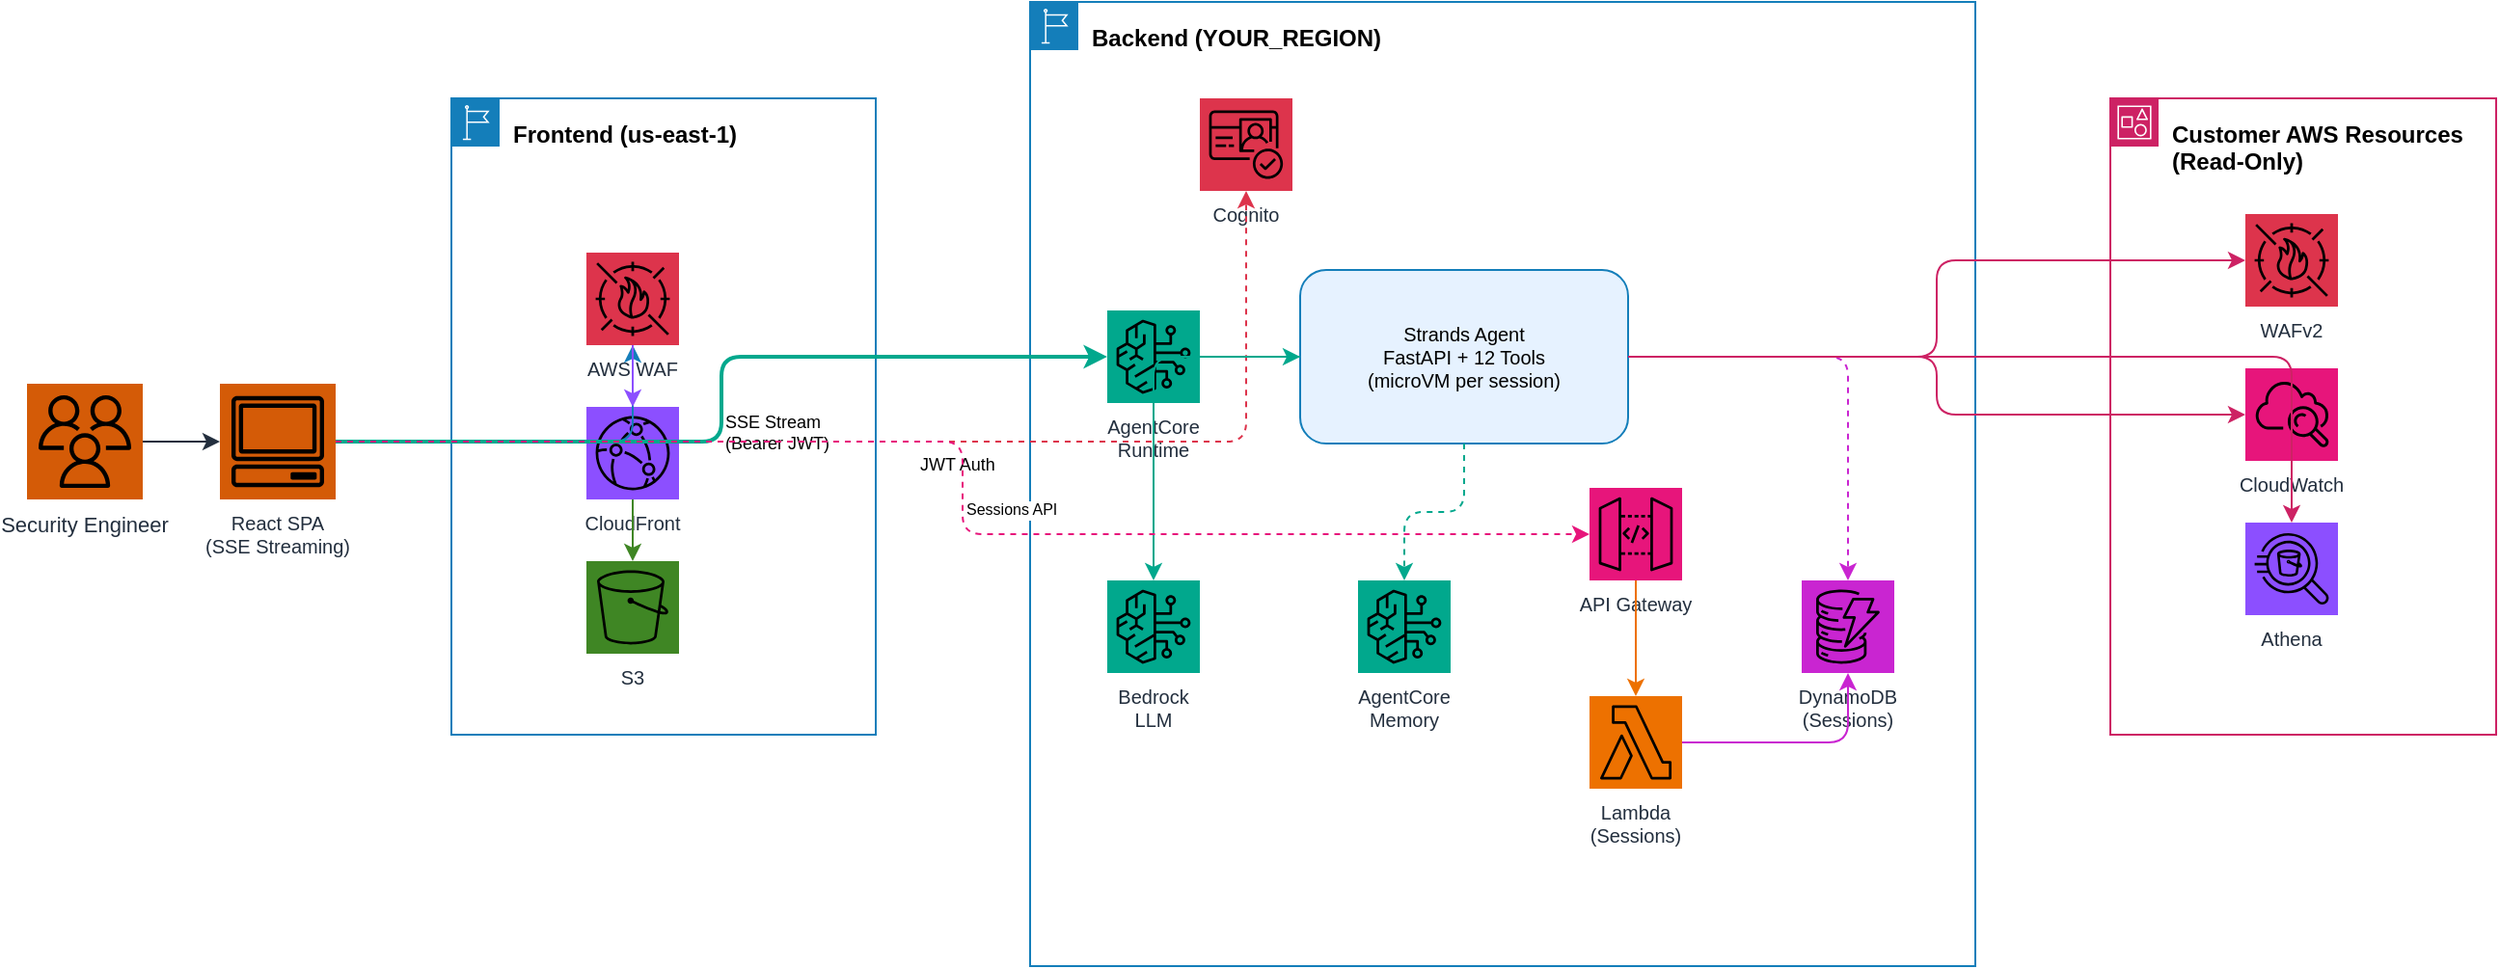
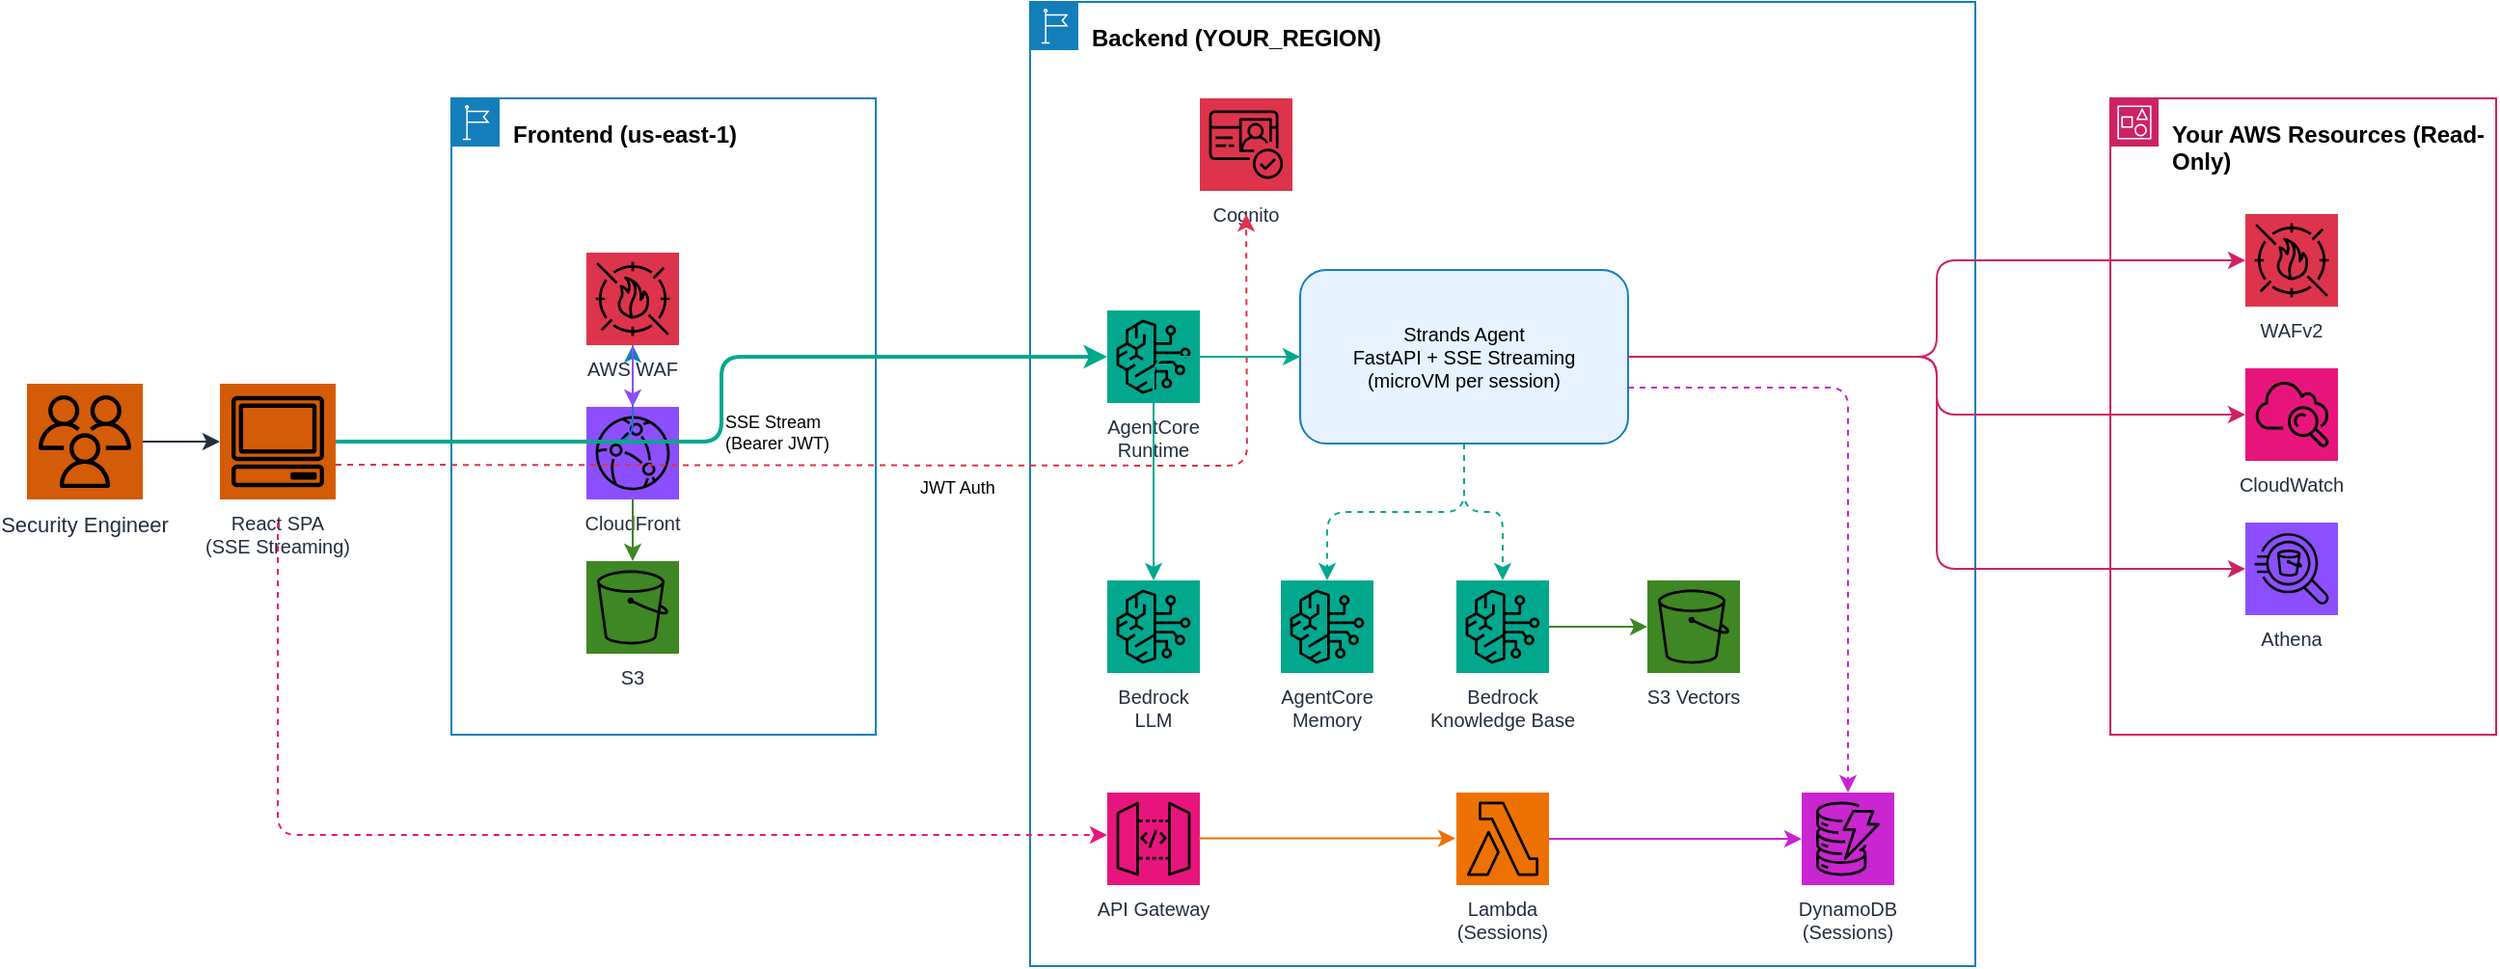
<mxfile host="app.diagrams.net" agent="WAF Agent">
  <diagram name="Architecture" id="arch-1">
-     <mxGraphModel dx="1081" dy="594" grid="1" gridSize="10" guides="1" tooltips="1" connect="1" arrows="1" fold="1" page="1" pageScale="1" pageWidth="1600" pageHeight="1000" math="0" shadow="0">
+     <mxGraphModel dx="1643" dy="903" grid="1" gridSize="10" guides="1" tooltips="1" connect="1" arrows="1" fold="1" page="1" pageScale="1" pageWidth="1600" pageHeight="1000" math="0" shadow="0">
      <root>
        <mxCell id="0" />
        <mxCell id="1" parent="0" />
        <mxCell id="user" parent="1" style="outlineConnect=0;fontColor=#232F3E;gradientColor=none;strokeColor=none;fillColor=#D45B07;fontColor=#232F3E;align=center;strokeWidth=1;fontSize=11;fontStyle=0;shape=mxgraph.aws4.resourceIcon;resIcon=mxgraph.aws4.users;labelPosition=center;verticalLabelPosition=bottom;verticalAlign=top" value="Security Engineer" vertex="1">
          <mxGeometry height="60" width="60" x="100" y="398" as="geometry" />
        </mxCell>
        <mxCell id="browser" parent="1" style="outlineConnect=0;fontColor=#232F3E;gradientColor=none;strokeColor=none;fillColor=#D45B07;fontColor=#232F3E;align=center;strokeWidth=1;fontSize=10;fontStyle=0;shape=mxgraph.aws4.resourceIcon;resIcon=mxgraph.aws4.client;labelPosition=center;verticalLabelPosition=bottom;verticalAlign=top" value="React SPA&#xa;(SSE Streaming)" vertex="1">
          <mxGeometry height="60" width="60" x="200" y="398" as="geometry" />
        </mxCell>
        <mxCell id="fe-group" parent="1" style="points=[[0,0],[0.25,0],[0.5,0],[0.75,0],[1,0],[1,0.25],[1,0.5],[1,0.75],[1,1],[0.75,1],[0.5,1],[0.25,1],[0,1],[0,0.75],[0,0.5],[0,0.25]];outlineConnect=0;gradientColor=none;html=1;whiteSpace=wrap;fontSize=12;fontStyle=1;shape=mxgraph.aws4.group;grIcon=mxgraph.aws4.group_region;strokeColor=#147EBA;fillColor=none;verticalAlign=top;align=left;spacingLeft=30;spacingTop=5;dashed=0;" value="Frontend (us-east-1)" vertex="1">
          <mxGeometry height="330" width="220" x="320" y="250" as="geometry" />
        </mxCell>
        <mxCell id="waf-fe" parent="1" style="outlineConnect=0;fontColor=#232F3E;gradientColor=none;strokeColor=none;fillColor=#DD344C;align=center;strokeWidth=1;fontSize=10;fontStyle=0;shape=mxgraph.aws4.resourceIcon;resIcon=mxgraph.aws4.waf;verticalLabelPosition=bottom;verticalAlign=top" value="AWS WAF" vertex="1">
          <mxGeometry height="48" width="48" x="390" y="330" as="geometry" />
        </mxCell>
        <mxCell id="cf" parent="1" style="outlineConnect=0;fontColor=#232F3E;gradientColor=none;strokeColor=none;fillColor=#8C4FFF;align=center;strokeWidth=1;fontSize=10;fontStyle=0;shape=mxgraph.aws4.resourceIcon;resIcon=mxgraph.aws4.cloudfront;verticalLabelPosition=bottom;verticalAlign=top" value="CloudFront" vertex="1">
          <mxGeometry height="48" width="48" x="390" y="410" as="geometry" />
        </mxCell>
        <mxCell id="s3" parent="1" style="outlineConnect=0;fontColor=#232F3E;gradientColor=none;strokeColor=none;fillColor=#3F8624;align=center;strokeWidth=1;fontSize=10;fontStyle=0;shape=mxgraph.aws4.resourceIcon;resIcon=mxgraph.aws4.s3;verticalLabelPosition=bottom;verticalAlign=top" value="S3" vertex="1">
          <mxGeometry height="48" width="48" x="390" y="490" as="geometry" />
        </mxCell>
        <mxCell id="be-group" parent="1" style="points=[[0,0],[0.25,0],[0.5,0],[0.75,0],[1,0],[1,0.25],[1,0.5],[1,0.75],[1,1],[0.75,1],[0.5,1],[0.25,1],[0,1],[0,0.75],[0,0.5],[0,0.25]];outlineConnect=0;gradientColor=none;html=1;whiteSpace=wrap;fontSize=12;fontStyle=1;shape=mxgraph.aws4.group;grIcon=mxgraph.aws4.group_region;strokeColor=#147EBA;fillColor=none;verticalAlign=top;align=left;spacingLeft=30;spacingTop=5;dashed=0;" value="Backend (YOUR_REGION)" vertex="1">
          <mxGeometry height="500" width="490" x="620" y="200" as="geometry" />
        </mxCell>
        <mxCell id="cognito" parent="1" style="outlineConnect=0;fontColor=#232F3E;gradientColor=none;strokeColor=none;fillColor=#DD344C;align=center;strokeWidth=1;fontSize=10;fontStyle=0;shape=mxgraph.aws4.resourceIcon;resIcon=mxgraph.aws4.cognito;verticalLabelPosition=bottom;verticalAlign=top" value="Cognito" vertex="1">
          <mxGeometry height="48" width="48" x="708" y="250" as="geometry" />
        </mxCell>
        <mxCell id="ac" parent="1" style="outlineConnect=0;fontColor=#232F3E;gradientColor=none;strokeColor=none;fillColor=#01A88D;align=center;strokeWidth=1;fontSize=10;fontStyle=0;shape=mxgraph.aws4.resourceIcon;resIcon=mxgraph.aws4.bedrock;verticalLabelPosition=bottom;verticalAlign=top" value="AgentCore&#xa;Runtime" vertex="1">
          <mxGeometry height="48" width="48" x="660" y="360" as="geometry" />
        </mxCell>
-         <mxCell id="agent-box" parent="1" style="rounded=1;whiteSpace=wrap;html=1;fillColor=#E6F2FF;strokeColor=#147EBA;fontSize=10;verticalAlign=middle;" value="Strands Agent&#xa;FastAPI + 12 Tools&#xa;(microVM per session)" vertex="1">
+         <mxCell id="agent-box" parent="1" style="rounded=1;whiteSpace=wrap;html=1;fillColor=#E6F2FF;strokeColor=#147EBA;fontSize=10;verticalAlign=middle;" value="Strands Agent&#xa;FastAPI + SSE Streaming&#xa;(microVM per session)" vertex="1">
          <mxGeometry height="90" width="170" x="760" y="339" as="geometry" />
        </mxCell>
        <mxCell id="bedrock" parent="1" style="outlineConnect=0;fontColor=#232F3E;gradientColor=none;strokeColor=none;fillColor=#01A88D;align=center;strokeWidth=1;fontSize=10;fontStyle=0;shape=mxgraph.aws4.resourceIcon;resIcon=mxgraph.aws4.bedrock;verticalLabelPosition=bottom;verticalAlign=top" value="Bedrock&#xa;LLM" vertex="1">
          <mxGeometry height="48" width="48" x="660" y="500" as="geometry" />
        </mxCell>
        <mxCell id="memory" parent="1" style="outlineConnect=0;fontColor=#232F3E;gradientColor=none;strokeColor=none;fillColor=#01A88D;align=center;strokeWidth=1;fontSize=10;fontStyle=0;shape=mxgraph.aws4.resourceIcon;resIcon=mxgraph.aws4.bedrock;verticalLabelPosition=bottom;verticalAlign=top" value="AgentCore&#xa;Memory" vertex="1">
-           <mxGeometry height="48" width="48" x="790" y="500" as="geometry" />
+           <mxGeometry height="48" width="48" x="750" y="500" as="geometry" />
+         </mxCell>
+         <mxCell id="kb" parent="1" style="outlineConnect=0;fontColor=#232F3E;gradientColor=none;strokeColor=none;fillColor=#01A88D;align=center;strokeWidth=1;fontSize=10;fontStyle=0;shape=mxgraph.aws4.resourceIcon;resIcon=mxgraph.aws4.bedrock;verticalLabelPosition=bottom;verticalAlign=top" value="Bedrock&#xa;Knowledge Base" vertex="1">
+           <mxGeometry height="48" width="48" x="841" y="500" as="geometry" />
+         </mxCell>
+         <mxCell id="s3vec" parent="1" style="outlineConnect=0;fontColor=#232F3E;gradientColor=none;strokeColor=none;fillColor=#3F8624;align=center;strokeWidth=1;fontSize=10;fontStyle=0;shape=mxgraph.aws4.resourceIcon;resIcon=mxgraph.aws4.s3;verticalLabelPosition=bottom;verticalAlign=top" value="S3 Vectors" vertex="1">
+           <mxGeometry height="48" width="48" x="940" y="500" as="geometry" />
        </mxCell>
        <mxCell id="ddb" parent="1" style="outlineConnect=0;fontColor=#232F3E;gradientColor=none;strokeColor=none;fillColor=#C925D1;align=center;strokeWidth=1;fontSize=10;fontStyle=0;shape=mxgraph.aws4.resourceIcon;resIcon=mxgraph.aws4.dynamodb;verticalLabelPosition=bottom;verticalAlign=top" value="DynamoDB&#xa;(Sessions)" vertex="1">
-           <mxGeometry height="48" width="48" x="1020" y="500" as="geometry" />
+           <mxGeometry height="48" width="48" x="1020" y="610" as="geometry" />
        </mxCell>
        <mxCell id="apigw" parent="1" style="outlineConnect=0;fontColor=#232F3E;gradientColor=none;strokeColor=none;fillColor=#E7157B;align=center;strokeWidth=1;fontSize=10;fontStyle=0;shape=mxgraph.aws4.resourceIcon;resIcon=mxgraph.aws4.api_gateway;verticalLabelPosition=bottom;verticalAlign=top" value="API Gateway" vertex="1">
-           <mxGeometry height="48" width="48" x="910" y="452" as="geometry" />
+           <mxGeometry height="48" width="48" x="660" y="610" as="geometry" />
        </mxCell>
        <mxCell id="lambda" parent="1" style="outlineConnect=0;fontColor=#232F3E;gradientColor=none;strokeColor=none;fillColor=#ED7100;align=center;strokeWidth=1;fontSize=10;fontStyle=0;shape=mxgraph.aws4.resourceIcon;resIcon=mxgraph.aws4.lambda;verticalLabelPosition=bottom;verticalAlign=top" value="Lambda&#xa;(Sessions)" vertex="1">
-           <mxGeometry height="48" width="48" x="910" y="560" as="geometry" />
+           <mxGeometry height="48" width="48" x="841" y="610" as="geometry" />
        </mxCell>
-         <mxCell id="aws-group" parent="1" style="points=[[0,0],[0.25,0],[0.5,0],[0.75,0],[1,0],[1,0.25],[1,0.5],[1,0.75],[1,1],[0.75,1],[0.5,1],[0.25,1],[0,1],[0,0.75],[0,0.5],[0,0.25]];outlineConnect=0;gradientColor=none;html=1;whiteSpace=wrap;fontSize=12;fontStyle=1;shape=mxgraph.aws4.group;grIcon=mxgraph.aws4.group_account;strokeColor=#CD2264;fillColor=none;verticalAlign=top;align=left;spacingLeft=30;spacingTop=5;dashed=0;" value="Customer AWS Resources (Read-Only)" vertex="1">
+         <mxCell id="aws-group" parent="1" style="points=[[0,0],[0.25,0],[0.5,0],[0.75,0],[1,0],[1,0.25],[1,0.5],[1,0.75],[1,1],[0.75,1],[0.5,1],[0.25,1],[0,1],[0,0.75],[0,0.5],[0,0.25]];outlineConnect=0;gradientColor=none;html=1;whiteSpace=wrap;fontSize=12;fontStyle=1;shape=mxgraph.aws4.group;grIcon=mxgraph.aws4.group_account;strokeColor=#CD2264;fillColor=none;verticalAlign=top;align=left;spacingLeft=30;spacingTop=5;dashed=0;" value="Your AWS Resources (Read-Only)" vertex="1">
          <mxGeometry height="330" width="200" x="1180" y="250" as="geometry" />
        </mxCell>
        <mxCell id="wafv2" parent="1" style="outlineConnect=0;fontColor=#232F3E;gradientColor=none;strokeColor=none;fillColor=#DD344C;align=center;strokeWidth=1;fontSize=10;fontStyle=0;shape=mxgraph.aws4.resourceIcon;resIcon=mxgraph.aws4.waf;verticalLabelPosition=bottom;verticalAlign=top" value="WAFv2" vertex="1">
          <mxGeometry height="48" width="48" x="1250" y="310" as="geometry" />
        </mxCell>
        <mxCell id="cw" parent="1" style="outlineConnect=0;fontColor=#232F3E;gradientColor=none;strokeColor=none;fillColor=#E7157B;align=center;strokeWidth=1;fontSize=10;fontStyle=0;shape=mxgraph.aws4.resourceIcon;resIcon=mxgraph.aws4.cloudwatch;verticalLabelPosition=bottom;verticalAlign=top" value="CloudWatch" vertex="1">
          <mxGeometry height="48" width="48" x="1250" y="390" as="geometry" />
        </mxCell>
        <mxCell id="athena" parent="1" style="outlineConnect=0;fontColor=#232F3E;gradientColor=none;strokeColor=none;fillColor=#8C4FFF;align=center;strokeWidth=1;fontSize=10;fontStyle=0;shape=mxgraph.aws4.resourceIcon;resIcon=mxgraph.aws4.athena;verticalLabelPosition=bottom;verticalAlign=top" value="Athena" vertex="1">
          <mxGeometry height="48" width="48" x="1250" y="470" as="geometry" />
        </mxCell>
        <mxCell id="e0" edge="1" parent="1" source="user" style="edgeStyle=orthogonalEdgeStyle;rounded=1;strokeColor=#232F3E;" target="browser">
          <mxGeometry relative="1" as="geometry" />
        </mxCell>
        <mxCell id="e1" edge="1" parent="1" source="browser" style="edgeStyle=orthogonalEdgeStyle;rounded=1;strokeColor=#147EBA;" target="waf-fe">
          <mxGeometry relative="1" as="geometry" />
        </mxCell>
        <mxCell id="e2" edge="1" parent="1" source="waf-fe" style="edgeStyle=orthogonalEdgeStyle;rounded=1;strokeColor=#8C4FFF;" target="cf">
          <mxGeometry relative="1" as="geometry" />
        </mxCell>
        <mxCell id="e3" edge="1" parent="1" source="cf" style="edgeStyle=orthogonalEdgeStyle;rounded=1;strokeColor=#3F8624;" target="s3">
          <mxGeometry relative="1" as="geometry" />
        </mxCell>
-         <mxCell id="e4" edge="1" parent="1" source="browser" style="edgeStyle=orthogonalEdgeStyle;rounded=1;strokeColor=#DD344C;dashed=1;" target="cognito">
-           <mxGeometry relative="1" as="geometry" />
+         <mxCell id="e4" edge="1" parent="1" style="edgeStyle=orthogonalEdgeStyle;rounded=1;strokeColor=#DD344C;dashed=1;">
+           <mxGeometry relative="1" as="geometry">
+             <mxPoint x="260" y="440" as="sourcePoint" />
+             <mxPoint x="732" y="310" as="targetPoint" />
+           </mxGeometry>
        </mxCell>
        <mxCell id="e4-label" connectable="0" parent="e4" style="edgeLabel;html=1;fontSize=9;fillColor=none;" value="JWT Auth" vertex="1">
          <mxGeometry relative="1" as="geometry">
            <mxPoint as="offset" />
          </mxGeometry>
        </mxCell>
        <mxCell id="e5" edge="1" parent="1" source="browser" style="edgeStyle=orthogonalEdgeStyle;rounded=1;strokeColor=#01A88D;strokeWidth=2;" target="ac">
          <mxGeometry relative="1" as="geometry" />
        </mxCell>
        <mxCell id="e5-label" connectable="0" parent="e5" style="edgeLabel;html=1;fontSize=9;fillColor=none;" value="SSE Stream&#xa;(Bearer JWT)" vertex="1">
          <mxGeometry relative="1" as="geometry">
            <mxPoint as="offset" />
          </mxGeometry>
        </mxCell>
        <mxCell id="e6" edge="1" parent="1" source="ac" style="edgeStyle=orthogonalEdgeStyle;rounded=1;strokeColor=#01A88D;" target="agent-box">
          <mxGeometry relative="1" as="geometry" />
        </mxCell>
        <mxCell id="e7" edge="1" parent="1" source="agent-box" style="edgeStyle=orthogonalEdgeStyle;rounded=1;strokeColor=#01A88D;" target="bedrock">
          <mxGeometry relative="1" as="geometry" />
        </mxCell>
        <mxCell id="e8" edge="1" parent="1" source="agent-box" style="edgeStyle=orthogonalEdgeStyle;rounded=1;strokeColor=#01A88D;dashed=1;" target="memory">
          <mxGeometry relative="1" as="geometry" />
        </mxCell>
-         <mxCell id="e8b" edge="1" parent="1" source="agent-box" style="edgeStyle=orthogonalEdgeStyle;rounded=1;strokeColor=#C925D1;dashed=1;" target="ddb">
+         <mxCell id="e8a" edge="1" parent="1" source="agent-box" style="edgeStyle=orthogonalEdgeStyle;rounded=1;strokeColor=#01A88D;dashed=1;" target="kb">
          <mxGeometry relative="1" as="geometry" />
        </mxCell>
-         <mxCell id="e8c" edge="1" parent="1" source="browser" style="edgeStyle=orthogonalEdgeStyle;rounded=1;strokeColor=#E7157B;dashed=1;" target="apigw">
+         <mxCell id="e8c" edge="1" parent="1" source="kb" style="edgeStyle=orthogonalEdgeStyle;rounded=1;strokeColor=#3F8624;" target="s3vec">
          <mxGeometry relative="1" as="geometry" />
        </mxCell>
-         <mxCell id="e8c-label" connectable="0" parent="e8c" style="edgeLabel;html=1;fontSize=8;fillColor=none;" value="Sessions API" vertex="1">
+         <mxCell id="e8b" edge="1" parent="1" source="agent-box" style="edgeStyle=orthogonalEdgeStyle;rounded=1;strokeColor=#C925D1;dashed=1;" target="ddb">
          <mxGeometry relative="1" as="geometry">
-             <mxPoint as="offset" />
+             <Array as="points">
+               <mxPoint x="1044" y="400" />
+             </Array>
          </mxGeometry>
        </mxCell>
-         <mxCell id="e8d" edge="1" parent="1" source="apigw" style="edgeStyle=orthogonalEdgeStyle;rounded=1;strokeColor=#ED7100;" target="lambda">
-           <mxGeometry relative="1" as="geometry" />
+         <mxCell id="-xx6-zniSjv4NPc4mYaZ-1" edge="1" parent="1" style="edgeStyle=orthogonalEdgeStyle;rounded=1;strokeColor=#E7157B;dashed=1;" target="apigw">
+           <mxGeometry relative="1" as="geometry">
+             <Array as="points">
+               <mxPoint x="230" y="632" />
+             </Array>
+             <mxPoint x="230" y="470" as="sourcePoint" />
+             <mxPoint x="660" y="632" as="targetPoint" />
+           </mxGeometry>
+         </mxCell>
+         <mxCell id="e8d" edge="1" parent="1" style="edgeStyle=orthogonalEdgeStyle;rounded=1;strokeColor=#ED7100;">
+           <mxGeometry relative="1" as="geometry">
+             <mxPoint x="707.5" y="633.79" as="sourcePoint" />
+             <mxPoint x="840.5" y="633.79" as="targetPoint" />
+           </mxGeometry>
        </mxCell>
        <mxCell id="e8e" edge="1" parent="1" source="lambda" style="edgeStyle=orthogonalEdgeStyle;rounded=1;strokeColor=#C925D1;" target="ddb">
          <mxGeometry relative="1" as="geometry" />
        </mxCell>
        <mxCell id="e9" edge="1" parent="1" source="agent-box" style="edgeStyle=orthogonalEdgeStyle;rounded=1;strokeColor=#CD2264;" target="wafv2">
          <mxGeometry relative="1" as="geometry" />
        </mxCell>
        <mxCell id="e10" edge="1" parent="1" source="agent-box" style="edgeStyle=orthogonalEdgeStyle;rounded=1;strokeColor=#CD2264;" target="cw">
          <mxGeometry relative="1" as="geometry" />
        </mxCell>
-         <mxCell id="e11" edge="1" parent="1" source="agent-box" style="edgeStyle=orthogonalEdgeStyle;rounded=1;strokeColor=#CD2264;" target="athena">
-           <mxGeometry relative="1" as="geometry" />
+         <mxCell id="e11" edge="1" parent="1" style="edgeStyle=orthogonalEdgeStyle;rounded=1;strokeColor=#CD2264;" target="athena">
+           <mxGeometry relative="1" as="geometry">
+             <Array as="points">
+               <mxPoint x="932" y="384" />
+               <mxPoint x="932" y="384" />
+               <mxPoint x="1090" y="384" />
+               <mxPoint x="1090" y="494" />
+             </Array>
+             <mxPoint x="930" y="384" as="sourcePoint" />
+             <mxPoint x="1274" y="557" as="targetPoint" />
+           </mxGeometry>
        </mxCell>
      </root>
    </mxGraphModel>
  </diagram>
</mxfile>
